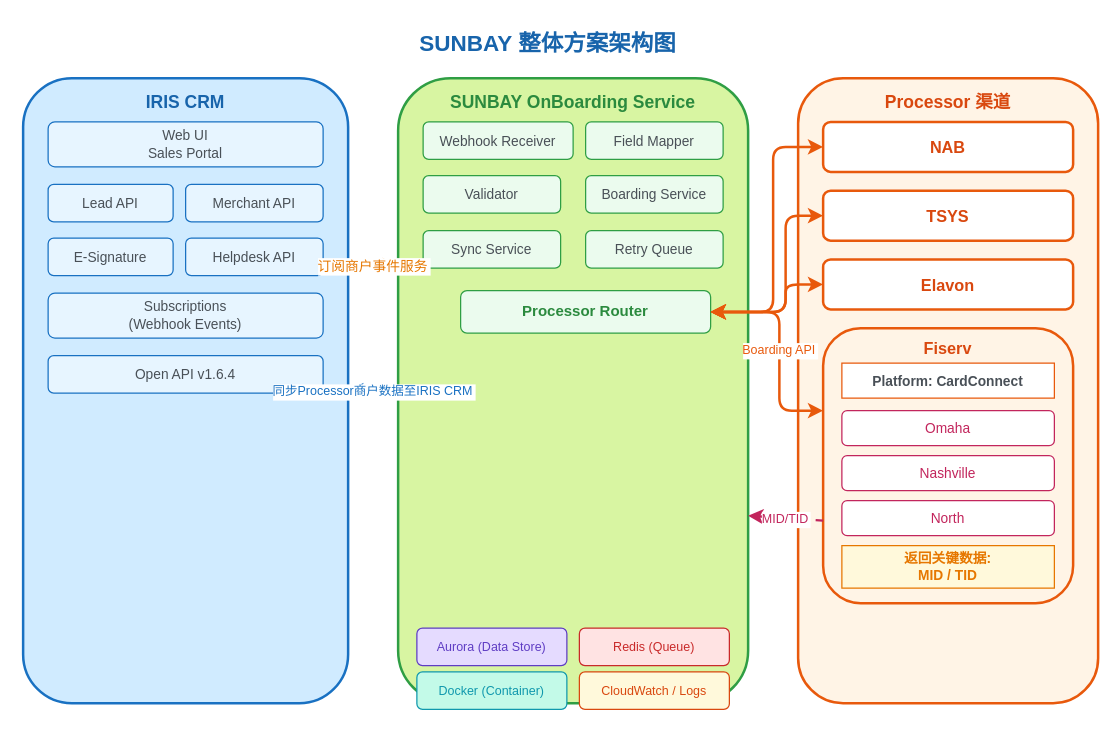
Above: merchantics/SUNBAY-整体方案架构图.drawio in kevinwangl/sunbay-merchantOnboarding (draw.io), before the change. Source tidied: cells renumbered, new cells numbered last; positions are measured from the earlier drawing's top-left corner, leaving out a move shared by most shapes. Both pictures are drawn from the tidied source at 125%, with x=0, y=0 at pixel (22, 21).
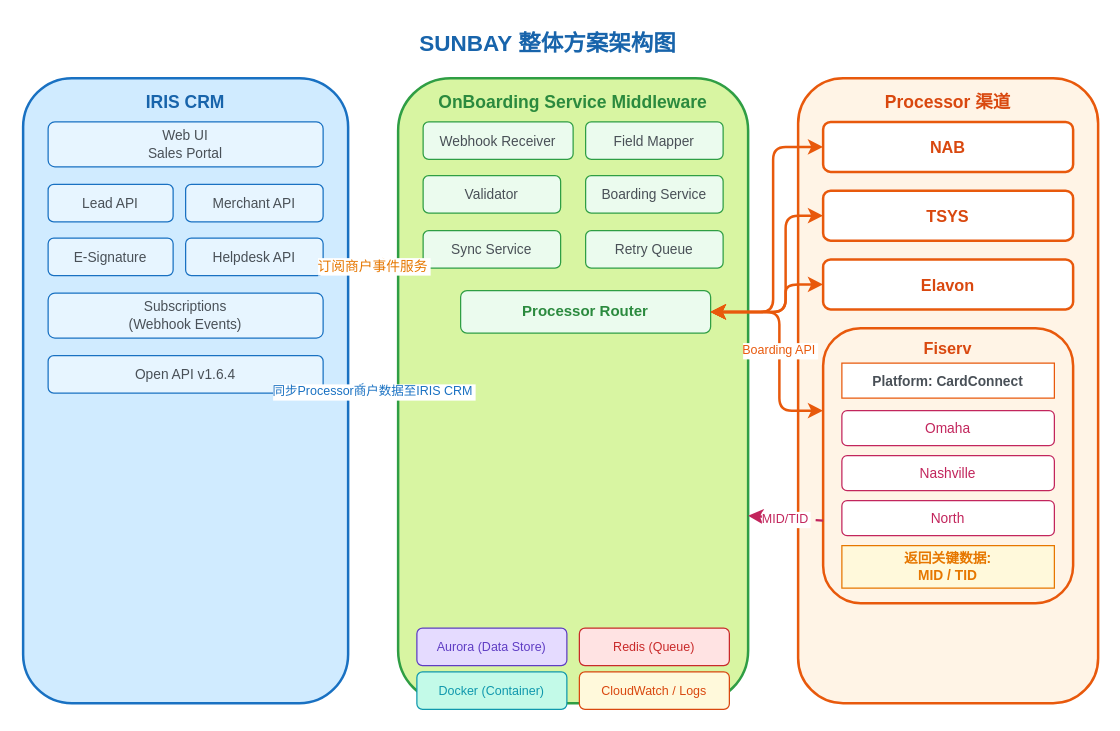
Above is the later version.

Change to the diagram source:
```diff
@@
-    <mxCell id="11" value="SUNBAY OnBoarding Service" style="rounded=1;fillColor=#d8f5a2;strokeColor=#2f9e44;strokeWidth=2;verticalAlign=top;fontStyle=1;fontSize=14;fontColor=#2b8a3e;spacingTop=4;" parent="1" vertex="1">
+    <mxCell id="11" value="OnBoarding Service Middleware" style="rounded=1;fillColor=#d8f5a2;strokeColor=#2f9e44;strokeWidth=2;verticalAlign=top;fontStyle=1;fontSize=14;fontColor=#2b8a3e;spacingTop=4;" parent="1" vertex="1">
       <mxGeometry x="300" y="45" width="280" height="500" as="geometry" />
     </mxCell>
```
